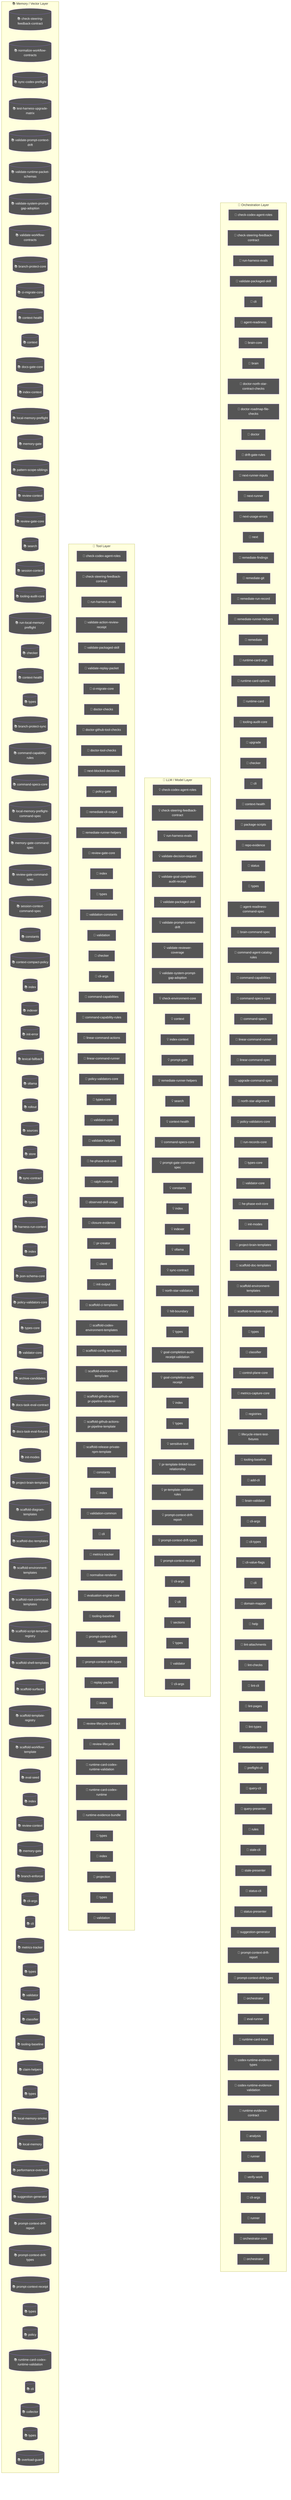
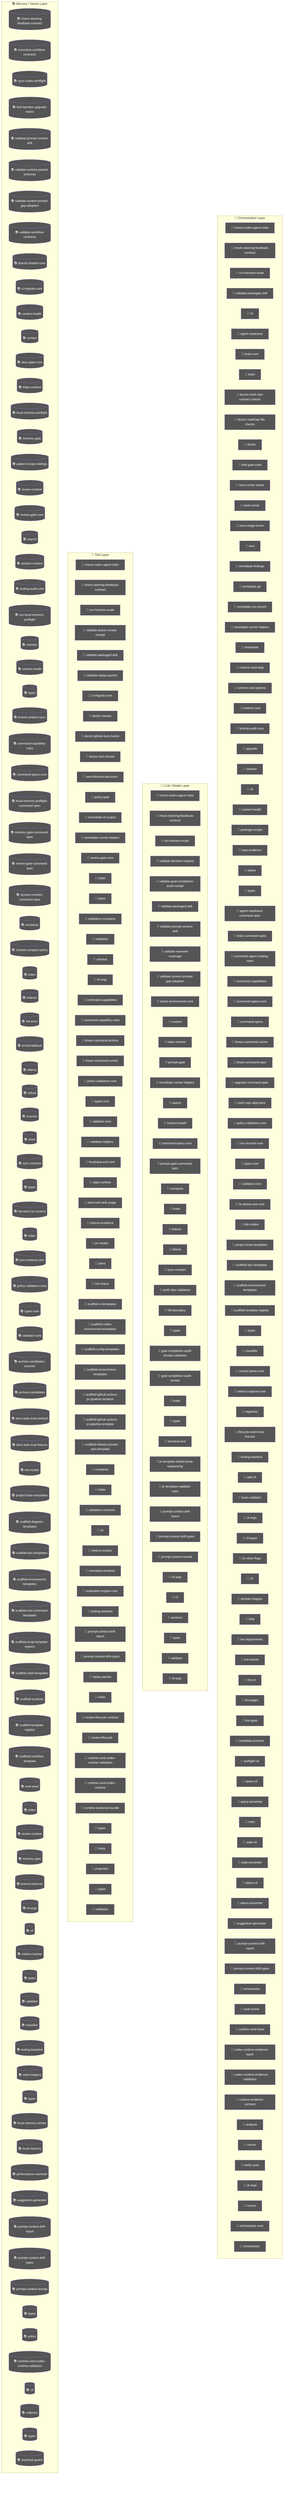
flowchart TD
  subgraph Orchestration["🎯 Orchestration Layer"]
    node_agent_mmd_orchestration_layer_orchestration_chec_7a9f0b64["🤖 check-codex-agent-roles"]
    node_agent_mmd_orchestration_layer_orchestration_chec_7fd47f5c["🤖 check-steering-feedback-contract"]
    node_agent_mmd_orchestration_layer_orchestration_run__18817957["🤖 run-harness-evals"]
    node_agent_mmd_orchestration_layer_orchestration_vali_c01b04be["🤖 validate-packaged-skill"]
    cli_99bb8840["🤖 cli"]
    agent_readiness_c82c68e6["🤖 agent-readiness"]
    brain_core_aa07c380["🤖 brain-core"]
    brain_bbbf7a64["🤖 brain"]
    doctor_north_star_contract_checks_0048124c["🤖 doctor-north-star-contract-checks"]
    doctor_roadmap_file_checks_14447b8e["🤖 doctor-roadmap-file-checks"]
    doctor_72f4be89["🤖 doctor"]
    drift_gate_rules_9685e72d["🤖 drift-gate-rules"]
    next_runner_inputs_754dba64["🤖 next-runner-inputs"]
    next_runner_41643472["🤖 next-runner"]
    next_usage_errors_837a345a["🤖 next-usage-errors"]
    next_c6c1c9a9["🤖 next"]
    remediate_findings_8b09c8c6["🤖 remediate-findings"]
    remediate_git_58c6f6f4["🤖 remediate-git"]
    remediate_run_record_9dfe5dc1["🤖 remediate-run-record"]
    node_agent_mmd_orchestration_layer_orchestration_reme_359fe98f["🤖 remediate-runner-helpers"]
    remediate_06b9c7fc["🤖 remediate"]
    runtime_card_args_2b3d4b28["🤖 runtime-card-args"]
    runtime_card_options_c9156ad5["🤖 runtime-card-options"]
    runtime_card_e06b53e1["🤖 runtime-card"]
    node_agent_mmd_orchestration_layer_orchestration_tool_acfe0c01["🤖 tooling-audit-core"]
    upgrade_7fef9479["🤖 upgrade"]
    node_agent_mmd_orchestration_layer_orchestration_chec_0550c395["🤖 checker"]
    cli_1_084e05fe["🤖 cli"]
    node_agent_mmd_orchestration_layer_orchestration_cont_61b3b9c9["🤖 context-health"]
    package_scripts_3ee6150f["🤖 package-scripts"]
    repo_evidence_38bb1de5["🤖 repo-evidence"]
    status_073c1634["🤖 status"]
    node_agent_mmd_orchestration_layer_orchestration_type_4f906dcc["🤖 types"]
    agent_readiness_command_spec_a30c2c1e["🤖 agent-readiness-command-spec"]
    brain_command_spec_15b122d5["🤖 brain-command-spec"]
    command_agent_catalog_rules_8e06b2af["🤖 command-agent-catalog-rules"]
    node_agent_mmd_orchestration_layer_orchestration_comm_6e41a7f7["🤖 command-capabilities"]
    node_agent_mmd_orchestration_layer_orchestration_comm_1f8cc24c["🤖 command-specs-core"]
    command_specs_69167c63["🤖 command-specs"]
    node_agent_mmd_orchestration_layer_orchestration_line_b67affd5["🤖 linear-command-runner"]
    linear_command_spec_1e12dd44["🤖 linear-command-spec"]
    upgrade_command_spec_03f6c7bd["🤖 upgrade-command-spec"]
    north_star_alignment_00440188["🤖 north-star-alignment"]
    node_agent_mmd_orchestration_layer_orchestration_poli_3270b55d["🤖 policy-validators-core"]
    run_records_core_89286dfa["🤖 run-records-core"]
    node_agent_mmd_orchestration_layer_orchestration_type_7cf81261["🤖 types-core"]
    node_agent_mmd_orchestration_layer_orchestration_vali_d9fe99e6["🤖 validator-core"]
    node_agent_mmd_orchestration_layer_orchestration_he_p_fc778c24["🤖 he-phase-exit-core"]
    node_agent_mmd_orchestration_layer_orchestration_init_2a9c3ecb["🤖 init-modes"]
    node_agent_mmd_orchestration_layer_orchestration_proj_6ab6f60f["🤖 project-brain-templates"]
    node_agent_mmd_orchestration_layer_orchestration_scaf_12cc07db["🤖 scaffold-doc-templates"]
    node_agent_mmd_orchestration_layer_orchestration_scaf_c9a90c2f["🤖 scaffold-environment-templates"]
    node_agent_mmd_orchestration_layer_orchestration_scaf_ff8f92f6["🤖 scaffold-template-registry"]
    types_16_0fae1112["🤖 types"]
    node_agent_mmd_orchestration_layer_orchestration_clas_899b821a["🤖 classifier"]
    control_plane_core_db3b4cb2["🤖 control-plane-core"]
    metrics_capture_core_db4bf7cf["🤖 metrics-capture-core"]
    registries_06402afa["🤖 registries"]
    lifecycle_intent_test_fixtures_a53c7ada["🤖 lifecycle-intent-test-fixtures"]
    node_agent_mmd_orchestration_layer_orchestration_tool_cc43149f["🤖 tooling-baseline"]
    add_cli_7614de25["🤖 add-cli"]
    brain_validator_be251832["🤖 brain-validator"]
    cli_args_8_d546936e["🤖 cli-args"]
    cli_types_1686e858["🤖 cli-types"]
    cli_value_flags_732a8e43["🤖 cli-value-flags"]
    cli_9_b54c1407["🤖 cli"]
    domain_mapper_cd9333d2["🤖 domain-mapper"]
    help_106a5842["🤖 help"]
    lint_attachments_873c0632["🤖 lint-attachments"]
    lint_checks_83522b19["🤖 lint-checks"]
    lint_cli_9ec62ec0["🤖 lint-cli"]
    lint_pages_e33301d0["🤖 lint-pages"]
    lint_types_2862c255["🤖 lint-types"]
    metadata_scanner_6a101b66["🤖 metadata-scanner"]
    preflight_cli_5d148379["🤖 preflight-cli"]
    query_cli_b95be64d["🤖 query-cli"]
    query_presenter_02e6077c["🤖 query-presenter"]
    rules_6c621d1a["🤖 rules"]
    stale_cli_64548720["🤖 stale-cli"]
    stale_presenter_1de4e3a2["🤖 stale-presenter"]
    status_cli_4c24a0d6["🤖 status-cli"]
    status_presenter_8de686c1["🤖 status-presenter"]
    node_agent_mmd_orchestration_layer_orchestration_sugg_85c5ebe3["🤖 suggestion-generator"]
    node_agent_mmd_orchestration_layer_orchestration_prom_d17b4de2["🤖 prompt-context-drift-report"]
    node_agent_mmd_orchestration_layer_orchestration_prom_77088997["🤖 prompt-context-drift-types"]
    orchestrator_11376b7e["🤖 orchestrator"]
    eval_runner_0966a6b3["🤖 eval-runner"]
    runtime_card_trace_64a5ca95["🤖 runtime-card-trace"]
    codex_runtime_evidence_types_f55808dd["🤖 codex-runtime-evidence-types"]
    codex_runtime_evidence_validation_d060a92d["🤖 codex-runtime-evidence-validation"]
    runtime_evidence_contract_0f7b15b2["🤖 runtime-evidence-contract"]
    analysis_f44e85c4["🤖 analysis"]
    runner_527aa9f4["🤖 runner"]
    verify_work_1_cd8e7ec3["🤖 verify-work"]
    cli_args_14_3481043e["🤖 cli-args"]
    runner_1_6f281bf8["🤖 runner"]
    orchestrator_core_d0678b53["🤖 orchestrator-core"]
    orchestrator_1_6b7137c5["🤖 orchestrator"]
  end
  subgraph LLMLayer["🧠 LLM / Model Layer"]
    node_agent_mmd_llm_model_layer_llmlayer_check_codex_a_29e7b7fa["💡 check-codex-agent-roles"]
    node_agent_mmd_llm_model_layer_llmlayer_check_steerin_0e1bf90d["💡 check-steering-feedback-contract"]
    node_agent_mmd_llm_model_layer_llmlayer_run_harness_e_603fcfdc["💡 run-harness-evals"]
    validate_decision_request_2e5c325e["💡 validate-decision-request"]
    validate_goal_completion_audit_receipt_100d252c["💡 validate-goal-completion-audit-receipt"]
    node_agent_mmd_llm_model_layer_llmlayer_validate_pack_2a12e1f4["💡 validate-packaged-skill"]
    node_agent_mmd_llm_model_layer_llmlayer_validate_prom_9880f764["💡 validate-prompt-context-drift"]
    validate_reviewer_coverage_251efee3["💡 validate-reviewer-coverage"]
    node_agent_mmd_llm_model_layer_llmlayer_validate_syst_5636156e["💡 validate-system-prompt-gap-adoption"]
    check_environment_core_2c16213f["💡 check-environment-core"]
    node_agent_mmd_llm_model_layer_llmlayer_context_conte_ad2dfbd9["💡 context"]
    node_agent_mmd_llm_model_layer_llmlayer_index_context_1041bd11["💡 index-context"]
    prompt_gate_c5e9d207["💡 prompt-gate"]
    node_agent_mmd_llm_model_layer_llmlayer_remediate_run_9e3d4585["💡 remediate-runner-helpers"]
    node_agent_mmd_llm_model_layer_llmlayer_search_search_66b9a911["💡 search"]
    node_agent_mmd_llm_model_layer_llmlayer_context_healt_cfc0bfa8["💡 context-health"]
    node_agent_mmd_llm_model_layer_llmlayer_command_specs_782af9fa["💡 command-specs-core"]
    prompt_gate_command_spec_9a941482["💡 prompt-gate-command-spec"]
    node_agent_mmd_llm_model_layer_llmlayer_constants_con_c9bd3f6c["💡 constants"]
    node_agent_mmd_llm_model_layer_llmlayer_index_index_1_02e160ff["💡 index"]
    node_agent_mmd_llm_model_layer_llmlayer_indexer_index_4f4deef5["💡 indexer"]
    node_agent_mmd_llm_model_layer_llmlayer_ollama_ollama_968b23fa["💡 ollama"]
    node_agent_mmd_llm_model_layer_llmlayer_sync_contract_9f3cc8c1["💡 sync-contract"]
    north_star_validators_cfc926ce["💡 north-star-validators"]
    hilt_boundary_9b36fb15["💡 hilt-boundary"]
    types_10_75e5a4a0["💡 types"]
    goal_completion_audit_receipt_validation_9d0f4891["💡 goal-completion-audit-receipt-validation"]
    goal_completion_audit_receipt_5e4939c3["💡 goal-completion-audit-receipt"]
    index_5_522f772a["💡 index"]
    node_agent_mmd_llm_model_layer_llmlayer_constants_con_c9bd3f6c["💡 constants"]
    types_17_ed30531c["💡 types"]
    sensitive_text_7c11f760["💡 sensitive-text"]
    pr_template_linked_issue_relationship_a7b61f2c["💡 pr-template-linked-issue-relationship"]
    pr_template_validator_rules_20a32d6b["💡 pr-template-validator-rules"]
    node_agent_mmd_llm_model_layer_llmlayer_index_index_1_02e160ff["💡 index"]
    node_agent_mmd_llm_model_layer_llmlayer_prompt_contex_81f9066a["💡 prompt-context-drift-report"]
    node_agent_mmd_llm_model_layer_llmlayer_prompt_contex_e5066b88["💡 prompt-context-drift-types"]
    node_agent_mmd_llm_model_layer_llmlayer_index_index_1_02e160ff["💡 index"]
    node_agent_mmd_llm_model_layer_llmlayer_prompt_contex_6426acc2["💡 prompt-context-receipt"]
    cli_args_9_9c136878["💡 cli-args"]
    cli_10_35dc8cbd["💡 cli"]
    sections_4697ef32["💡 sections"]
    types_27_4d134744["💡 types"]
    validator_7_f836eb0e["💡 validator"]
    cli_args_10_861cdd3f["💡 cli-args"]
  end
  subgraph ToolLayer["🔧 Tool Layer"]
    node_agent_mmd_tool_layer_toollayer_check_codex_agent_4b361d5a["🔧 check-codex-agent-roles"]
    node_agent_mmd_tool_layer_toollayer_check_steering_fe_eafecf3a["🔧 check-steering-feedback-contract"]
    node_agent_mmd_tool_layer_toollayer_run_harness_evals_e2ee24f1["🔧 run-harness-evals"]
    validate_action_review_receipt_fa2f06c3["🔧 validate-action-review-receipt"]
    node_agent_mmd_tool_layer_toollayer_validate_packaged_2855c827["🔧 validate-packaged-skill"]
    validate_replay_packet_f309747e["🔧 validate-replay-packet"]
    node_agent_mmd_tool_layer_toollayer_ci_migrate_core_c_049f8460["🔧 ci-migrate-core"]
    doctor_checks_5a2eb2b9["🔧 doctor-checks"]
    doctor_github_tool_checks_a53b0382["🔧 doctor-github-tool-checks"]
    doctor_tool_checks_4acac51a["🔧 doctor-tool-checks"]
    next_blocked_decisions_4140ad2b["🔧 next-blocked-decisions"]
    policy_gate_213f7313["🔧 policy-gate"]
    remediate_cli_output_cc165396["🔧 remediate-cli-output"]
    node_agent_mmd_tool_layer_toollayer_remediate_runner__c003b871["🔧 remediate-runner-helpers"]
    node_agent_mmd_tool_layer_toollayer_review_gate_core__7704598b["🔧 review-gate-core"]
    index_1bc04b52["🔧 index"]
    types_1_4ecdf56e["🔧 types"]
    validation_constants_e002a0f6["🔧 validation-constants"]
    validation_98c41dcd["🔧 validation"]
    node_agent_mmd_tool_layer_toollayer_checker_checker_2_453d593b["🔧 checker"]
    cli_args_1_6144b055["🔧 cli-args"]
    node_agent_mmd_tool_layer_toollayer_command_capabilit_7fe13db1["🔧 command-capabilities"]
    node_agent_mmd_tool_layer_toollayer_command_capabilit_e97a4615["🔧 command-capability-rules"]
    linear_command_actions_e430f4f4["🔧 linear-command-actions"]
    node_agent_mmd_tool_layer_toollayer_linear_command_ru_d6763748["🔧 linear-command-runner"]
    node_agent_mmd_tool_layer_toollayer_policy_validators_af136abf["🔧 policy-validators-core"]
    node_agent_mmd_tool_layer_toollayer_types_core_types__6c8319b6["🔧 types-core"]
    node_agent_mmd_tool_layer_toollayer_validator_core_va_6ef6131f["🔧 validator-core"]
    validator_helpers_7b927667["🔧 validator-helpers"]
    node_agent_mmd_tool_layer_toollayer_he_phase_exit_cor_af016160["🔧 he-phase-exit-core"]
    ralph_runtime_73d63c0e["🔧 ralph-runtime"]
    observed_skill_usage_ed7d5930["🔧 observed-skill-usage"]
    closure_evidence_aaa31467["🔧 closure-evidence"]
    pr_creator_dc6b1ea4["🔧 pr-creator"]
    client_948fe603["🔧 client"]
    init_output_360dce91["🔧 init-output"]
    scaffold_ci_templates_2afd6392["🔧 scaffold-ci-templates"]
    scaffold_codex_environment_templates_334fbbed["🔧 scaffold-codex-environment-templates"]
    scaffold_config_templates_4b80ce53["🔧 scaffold-config-templates"]
    node_agent_mmd_tool_layer_toollayer_scaffold_environm_c1afc013["🔧 scaffold-environment-templates"]
    scaffold_github_actions_pr_pipeline_renderer_1ee18de5["🔧 scaffold-github-actions-pr-pipeline-renderer"]
    scaffold_github_actions_pr_pipeline_template_e2b85f62["🔧 scaffold-github-actions-pr-pipeline-template"]
    scaffold_release_private_npm_template_075499f8["🔧 scaffold-release-private-npm-template"]
    node_agent_mmd_tool_layer_toollayer_constants_constan_9d71b829["🔧 constants"]
    index_9_32dd4d91["🔧 index"]
    validation_common_6161e48b["🔧 validation-common"]
    node_agent_mmd_tool_layer_toollayer_cli_cli_2_1_32d9eeaf["🔧 cli"]
    node_agent_mmd_tool_layer_toollayer_metrics_tracker_m_4c9237d8["🔧 metrics-tracker"]
    normalise_renderer_85f2e563["🔧 normalise-renderer"]
    evaluation_engine_core_e054fe49["🔧 evaluation-engine-core"]
    node_agent_mmd_tool_layer_toollayer_tooling_baseline__61e66e9f["🔧 tooling-baseline"]
    node_agent_mmd_tool_layer_toollayer_prompt_context_dr_a2772f2b["🔧 prompt-context-drift-report"]
    node_agent_mmd_tool_layer_toollayer_prompt_context_dr_bd82da46["🔧 prompt-context-drift-types"]
    replay_packet_a1293f88["🔧 replay-packet"]
    index_14_d982116c["🔧 index"]
    review_lifecycle_contract_e5447221["🔧 review-lifecycle-contract"]
    review_lifecycle_89afa64c["🔧 review-lifecycle"]
    node_agent_mmd_tool_layer_toollayer_runtime_card_code_3636ceac["🔧 runtime-card-codex-runtime-validation"]
    runtime_card_codex_runtime_0655e230["🔧 runtime-card-codex-runtime"]
    runtime_evidence_bundle_d471a232["🔧 runtime-evidence-bundle"]
    types_36_674380ec["🔧 types"]
    index_17_642943a2["🔧 index"]
    projection_1b250ea1["🔧 projection"]
    types_38_e8efcd57["🔧 types"]
    validation_7_c4e6d8b6["🔧 validation"]
  end
  subgraph MemoryLayer["📚 Memory / Vector Layer"]
    node_agent_mmd_memory_vector_layer_memorylayer_check__64c86928[("📚 check-steering-feedback-contract")]
    normalize_workflow_contracts_8701f1c8[("📚 normalize-workflow-contracts")]
    sync_codex_preflight_7e7a8dc2[("📚 sync-codex-preflight")]
    test_harness_upgrade_matrix_84113c4e[("📚 test-harness-upgrade-matrix")]
    node_agent_mmd_memory_vector_layer_memorylayer_valida_c52c4db8[("📚 validate-prompt-context-drift")]
    validate_runtime_packet_schemas_bc3ba8ec[("📚 validate-runtime-packet-schemas")]
    node_agent_mmd_memory_vector_layer_memorylayer_valida_db599a97[("📚 validate-system-prompt-gap-adoption")]
    validate_workflow_contracts_33dc063c[("📚 validate-workflow-contracts")]
    branch_protect_core_a8feb0fd[("📚 branch-protect-core")]
    node_agent_mmd_memory_vector_layer_memorylayer_ci_mig_0cd5b1a4[("📚 ci-migrate-core")]
    context_health_80bb7da9[("📚 context-health")]
    node_agent_mmd_memory_vector_layer_memorylayer_contex_78ceaaa9[("📚 context")]
    docs_gate_core_eb9b6c18[("📚 docs-gate-core")]
    node_agent_mmd_memory_vector_layer_memorylayer_index__6f3402d0[("📚 index-context")]
    local_memory_preflight_dcc36c42[("📚 local-memory-preflight")]
    memory_gate_a577a506[("📚 memory-gate")]
    pattern_scope_siblings_43abe000[("📚 pattern-scope-siblings")]
    review_context_ca6cf81d[("📚 review-context")]
    node_agent_mmd_memory_vector_layer_memorylayer_review_5bee9816[("📚 review-gate-core")]
    node_agent_mmd_memory_vector_layer_memorylayer_search_ac35cb7e[("📚 search")]
    session_context_e5ec72c0[("📚 session-context")]
    node_agent_mmd_memory_vector_layer_memorylayer_toolin_a1185b8f[("📚 tooling-audit-core")]
    run_local_memory_preflight_36e92808[("📚 run-local-memory-preflight")]
    node_agent_mmd_memory_vector_layer_memorylayer_checke_a583eb4f[("📚 checker")]
    node_agent_mmd_memory_vector_layer_memorylayer_contex_3204aa0e[("📚 context-health")]
    node_agent_mmd_memory_vector_layer_memorylayer_types__9ad640a0[("📚 types")]
    branch_protect_sync_570adb18[("📚 branch-protect-sync")]
    node_agent_mmd_memory_vector_layer_memorylayer_comman_c72a5d05[("📚 command-capability-rules")]
    node_agent_mmd_memory_vector_layer_memorylayer_comman_111eb454[("📚 command-specs-core")]
    local_memory_preflight_command_spec_9e23f3ce[("📚 local-memory-preflight-command-spec")]
    memory_gate_command_spec_dc9001a9[("📚 memory-gate-command-spec")]
    review_gate_command_spec_3187376a[("📚 review-gate-command-spec")]
    session_context_command_spec_973afbb1[("📚 session-context-command-spec")]
    node_agent_mmd_memory_vector_layer_memorylayer_consta_702d3f46[("📚 constants")]
    context_compact_policy_3dcaf95d[("📚 context-compact-policy")]
    node_agent_mmd_memory_vector_layer_memorylayer_index__752bc61e[("📚 index")]
    node_agent_mmd_memory_vector_layer_memorylayer_indexe_93e6d86f[("📚 indexer")]
    init_error_5c7dd49f[("📚 init-error")]
    lexical_fallback_723e2b3e[("📚 lexical-fallback")]
    node_agent_mmd_memory_vector_layer_memorylayer_ollama_6d51be16[("📚 ollama")]
    rollout_a4fa034c[("📚 rollout")]
    sources_878a52fc[("📚 sources")]
    store_824d80d7[("📚 store")]
    node_agent_mmd_memory_vector_layer_memorylayer_sync_c_e43418bc[("📚 sync-contract")]
    types_8_f6283648[("📚 types")]
    harness_run_context_ac7c77a9[("📚 harness-run-context")]
    index_4_013aa0e3[("📚 index")]
    json_schema_core_96d7e328[("📚 json-schema-core")]
    node_agent_mmd_memory_vector_layer_memorylayer_policy_1944de42[("📚 policy-validators-core")]
    node_agent_mmd_memory_vector_layer_memorylayer_types__83f369fa[("📚 types-core")]
    node_agent_mmd_memory_vector_layer_memorylayer_valida_41034356[("📚 validator-core")]
+     archive_candidates_scanner_d0931789[("📚 archive-candidates-scanner")]
    archive_candidates_dc0e40e1[("📚 archive-candidates")]
    docs_task_eval_contract_79347457[("📚 docs-task-eval-contract")]
    docs_task_eval_fixtures_44902755[("📚 docs-task-eval-fixtures")]
    node_agent_mmd_memory_vector_layer_memorylayer_init_m_333d02c5[("📚 init-modes")]
    node_agent_mmd_memory_vector_layer_memorylayer_projec_3ae304d9[("📚 project-brain-templates")]
    scaffold_diagram_templates_dd88e83c[("📚 scaffold-diagram-templates")]
    node_agent_mmd_memory_vector_layer_memorylayer_scaffo_5fd73b94[("📚 scaffold-doc-templates")]
    node_agent_mmd_memory_vector_layer_memorylayer_scaffo_12b42341[("📚 scaffold-environment-templates")]
    scaffold_root_command_templates_404fed7f[("📚 scaffold-root-command-templates")]
    scaffold_script_template_registry_69312d4e[("📚 scaffold-script-template-registry")]
    scaffold_shell_templates_0ad0f915[("📚 scaffold-shell-templates")]
    scaffold_surfaces_12d6494e[("📚 scaffold-surfaces")]
    node_agent_mmd_memory_vector_layer_memorylayer_scaffo_a86eece1[("📚 scaffold-template-registry")]
    scaffold_workflow_template_92310587[("📚 scaffold-workflow-template")]
    eval_seed_5699fd3e[("📚 eval-seed")]
    index_10_f6785a46[("📚 index")]
    review_context_1_e3afed15[("📚 review-context")]
    memory_gate_1_265164ac[("📚 memory-gate")]
    branch_enforcer_acb749cd[("📚 branch-enforcer")]
    cli_args_5_09ea29f0[("📚 cli-args")]
    node_agent_mmd_memory_vector_layer_memorylayer_cli_cl_1f1f89ab[("📚 cli")]
    node_agent_mmd_memory_vector_layer_memorylayer_metric_12562178[("📚 metrics-tracker")]
    types_19_eb4ad5f0[("📚 types")]
    validator_5_b19ac2be[("📚 validator")]
    node_agent_mmd_memory_vector_layer_memorylayer_classi_1ebbf5ff[("📚 classifier")]
    node_agent_mmd_memory_vector_layer_memorylayer_toolin_14f86b00[("📚 tooling-baseline")]
    claim_helpers_20dc8387[("📚 claim-helpers")]
    types_24_c63dc1a7[("📚 types")]
    local_memory_smoke_1175abfc[("📚 local-memory-smoke")]
    local_memory_0db17ecc[("📚 local-memory")]
    performance_overload_c685bfcf[("📚 performance-overload")]
    node_agent_mmd_memory_vector_layer_memorylayer_sugges_267f408d[("📚 suggestion-generator")]
    node_agent_mmd_memory_vector_layer_memorylayer_index__752bc61e[("📚 index")]
    node_agent_mmd_memory_vector_layer_memorylayer_prompt_ae34fc43[("📚 prompt-context-drift-report")]
    node_agent_mmd_memory_vector_layer_memorylayer_prompt_efd77624[("📚 prompt-context-drift-types")]
    node_agent_mmd_memory_vector_layer_memorylayer_index__752bc61e[("📚 index")]
    node_agent_mmd_memory_vector_layer_memorylayer_prompt_55c0d605[("📚 prompt-context-receipt")]
    types_31_eb363e20[("📚 types")]
    policy_1_fc4198db[("📚 policy")]
    node_agent_mmd_memory_vector_layer_memorylayer_runtim_a5d23e7f[("📚 runtime-card-codex-runtime-validation")]
    cli_11_338a8415[("📚 cli")]
    collector_0736fd5b[("📚 collector")]
    types_34_85e6a0bb[("📚 types")]
    overload_guard_2748c559[("📚 overload-guard")]
  end
  classDef agentNode fill:#555,color:#fff
  class node_agent_mmd_orchestration_layer_orchestration_chec_7a9f0b64,node_agent_mmd_llm_model_layer_llmlayer_check_codex_a_29e7b7fa,node_agent_mmd_tool_layer_toollayer_check_codex_agent_4b361d5a,node_agent_mmd_orchestration_layer_orchestration_chec_7fd47f5c,node_agent_mmd_llm_model_layer_llmlayer_check_steerin_0e1bf90d,node_agent_mmd_tool_layer_toollayer_check_steering_fe_eafecf3a,node_agent_mmd_memory_vector_layer_memorylayer_check__64c86928,node_agent_mmd_orchestration_layer_orchestration_run__18817957,node_agent_mmd_llm_model_layer_llmlayer_run_harness_e_603fcfdc,node_agent_mmd_tool_layer_toollayer_run_harness_evals_e2ee24f1,node_agent_mmd_orchestration_layer_orchestration_vali_c01b04be,node_agent_mmd_llm_model_layer_llmlayer_validate_pack_2a12e1f4,node_agent_mmd_tool_layer_toollayer_validate_packaged_2855c827,cli_99bb8840,agent_readiness_c82c68e6,brain_core_aa07c380,brain_bbbf7a64,doctor_north_star_contract_checks_0048124c,doctor_roadmap_file_checks_14447b8e,doctor_72f4be89,drift_gate_rules_9685e72d,next_runner_inputs_754dba64,next_runner_41643472,next_usage_errors_837a345a,next_c6c1c9a9,remediate_findings_8b09c8c6,remediate_git_58c6f6f4,remediate_run_record_9dfe5dc1,node_agent_mmd_orchestration_layer_orchestration_reme_359fe98f,node_agent_mmd_llm_model_layer_llmlayer_remediate_run_9e3d4585,node_agent_mmd_tool_layer_toollayer_remediate_runner__c003b871,remediate_06b9c7fc,runtime_card_args_2b3d4b28,runtime_card_options_c9156ad5,runtime_card_e06b53e1,node_agent_mmd_orchestration_layer_orchestration_tool_acfe0c01,node_agent_mmd_memory_vector_layer_memorylayer_toolin_a1185b8f,upgrade_7fef9479,node_agent_mmd_orchestration_layer_orchestration_chec_0550c395,node_agent_mmd_tool_layer_toollayer_checker_checker_2_453d593b,node_agent_mmd_memory_vector_layer_memorylayer_checke_a583eb4f,cli_1_084e05fe,node_agent_mmd_orchestration_layer_orchestration_cont_61b3b9c9,node_agent_mmd_llm_model_layer_llmlayer_context_healt_cfc0bfa8,node_agent_mmd_memory_vector_layer_memorylayer_contex_3204aa0e,package_scripts_3ee6150f,repo_evidence_38bb1de5,status_073c1634,node_agent_mmd_orchestration_layer_orchestration_type_4f906dcc,node_agent_mmd_memory_vector_layer_memorylayer_types__9ad640a0,agent_readiness_command_spec_a30c2c1e,brain_command_spec_15b122d5,command_agent_catalog_rules_8e06b2af,node_agent_mmd_orchestration_layer_orchestration_comm_6e41a7f7,node_agent_mmd_tool_layer_toollayer_command_capabilit_7fe13db1,node_agent_mmd_orchestration_layer_orchestration_comm_1f8cc24c,node_agent_mmd_llm_model_layer_llmlayer_command_specs_782af9fa,node_agent_mmd_memory_vector_layer_memorylayer_comman_111eb454,command_specs_69167c63,node_agent_mmd_orchestration_layer_orchestration_line_b67affd5,node_agent_mmd_tool_layer_toollayer_linear_command_ru_d6763748,linear_command_spec_1e12dd44,upgrade_command_spec_03f6c7bd,north_star_alignment_00440188,node_agent_mmd_orchestration_layer_orchestration_poli_3270b55d,node_agent_mmd_tool_layer_toollayer_policy_validators_af136abf,node_agent_mmd_memory_vector_layer_memorylayer_policy_1944de42,run_records_core_89286dfa,node_agent_mmd_orchestration_layer_orchestration_type_7cf81261,node_agent_mmd_tool_layer_toollayer_types_core_types__6c8319b6,node_agent_mmd_memory_vector_layer_memorylayer_types__83f369fa,node_agent_mmd_orchestration_layer_orchestration_vali_d9fe99e6,node_agent_mmd_tool_layer_toollayer_validator_core_va_6ef6131f,node_agent_mmd_memory_vector_layer_memorylayer_valida_41034356,node_agent_mmd_orchestration_layer_orchestration_he_p_fc778c24,node_agent_mmd_tool_layer_toollayer_he_phase_exit_cor_af016160,node_agent_mmd_orchestration_layer_orchestration_init_2a9c3ecb,node_agent_mmd_memory_vector_layer_memorylayer_init_m_333d02c5,node_agent_mmd_orchestration_layer_orchestration_proj_6ab6f60f,node_agent_mmd_memory_vector_layer_memorylayer_projec_3ae304d9,node_agent_mmd_orchestration_layer_orchestration_scaf_12cc07db,node_agent_mmd_memory_vector_layer_memorylayer_scaffo_5fd73b94,node_agent_mmd_orchestration_layer_orchestration_scaf_c9a90c2f,node_agent_mmd_tool_layer_toollayer_scaffold_environm_c1afc013,node_agent_mmd_memory_vector_layer_memorylayer_scaffo_12b42341,node_agent_mmd_orchestration_layer_orchestration_scaf_ff8f92f6,node_agent_mmd_memory_vector_layer_memorylayer_scaffo_a86eece1,types_16_0fae1112,node_agent_mmd_orchestration_layer_orchestration_clas_899b821a,node_agent_mmd_memory_vector_layer_memorylayer_classi_1ebbf5ff,control_plane_core_db3b4cb2,metrics_capture_core_db4bf7cf,registries_06402afa,lifecycle_intent_test_fixtures_a53c7ada,node_agent_mmd_orchestration_layer_orchestration_tool_cc43149f,node_agent_mmd_tool_layer_toollayer_tooling_baseline__61e66e9f,node_agent_mmd_memory_vector_layer_memorylayer_toolin_14f86b00,add_cli_7614de25,brain_validator_be251832,cli_args_8_d546936e,cli_types_1686e858,cli_value_flags_732a8e43,cli_9_b54c1407,domain_mapper_cd9333d2,help_106a5842,lint_attachments_873c0632,lint_checks_83522b19,lint_cli_9ec62ec0,lint_pages_e33301d0,lint_types_2862c255,metadata_scanner_6a101b66,preflight_cli_5d148379,query_cli_b95be64d,query_presenter_02e6077c,rules_6c621d1a,stale_cli_64548720,stale_presenter_1de4e3a2,status_cli_4c24a0d6,status_presenter_8de686c1,node_agent_mmd_orchestration_layer_orchestration_sugg_85c5ebe3,node_agent_mmd_memory_vector_layer_memorylayer_sugges_267f408d,node_agent_mmd_orchestration_layer_orchestration_prom_d17b4de2,node_agent_mmd_llm_model_layer_llmlayer_prompt_contex_81f9066a,node_agent_mmd_tool_layer_toollayer_prompt_context_dr_a2772f2b,node_agent_mmd_memory_vector_layer_memorylayer_prompt_ae34fc43,node_agent_mmd_orchestration_layer_orchestration_prom_77088997,node_agent_mmd_llm_model_layer_llmlayer_prompt_contex_e5066b88,node_agent_mmd_tool_layer_toollayer_prompt_context_dr_bd82da46,node_agent_mmd_memory_vector_layer_memorylayer_prompt_efd77624,orchestrator_11376b7e,eval_runner_0966a6b3,runtime_card_trace_64a5ca95,codex_runtime_evidence_types_f55808dd,codex_runtime_evidence_validation_d060a92d,runtime_evidence_contract_0f7b15b2,analysis_f44e85c4,runner_527aa9f4,verify_work_1_cd8e7ec3,cli_args_14_3481043e,runner_1_6f281bf8,orchestrator_core_d0678b53,orchestrator_1_6b7137c5 agentNode
  classDef llmNode fill:#555,color:#fff
  class node_agent_mmd_orchestration_layer_orchestration_chec_7a9f0b64,node_agent_mmd_llm_model_layer_llmlayer_check_codex_a_29e7b7fa,node_agent_mmd_tool_layer_toollayer_check_codex_agent_4b361d5a,node_agent_mmd_orchestration_layer_orchestration_chec_7fd47f5c,node_agent_mmd_llm_model_layer_llmlayer_check_steerin_0e1bf90d,node_agent_mmd_tool_layer_toollayer_check_steering_fe_eafecf3a,node_agent_mmd_memory_vector_layer_memorylayer_check__64c86928,node_agent_mmd_orchestration_layer_orchestration_run__18817957,node_agent_mmd_llm_model_layer_llmlayer_run_harness_e_603fcfdc,node_agent_mmd_tool_layer_toollayer_run_harness_evals_e2ee24f1,validate_decision_request_2e5c325e,validate_goal_completion_audit_receipt_100d252c,node_agent_mmd_orchestration_layer_orchestration_vali_c01b04be,node_agent_mmd_llm_model_layer_llmlayer_validate_pack_2a12e1f4,node_agent_mmd_tool_layer_toollayer_validate_packaged_2855c827,node_agent_mmd_llm_model_layer_llmlayer_validate_prom_9880f764,node_agent_mmd_memory_vector_layer_memorylayer_valida_c52c4db8,validate_reviewer_coverage_251efee3,node_agent_mmd_llm_model_layer_llmlayer_validate_syst_5636156e,node_agent_mmd_memory_vector_layer_memorylayer_valida_db599a97,check_environment_core_2c16213f,node_agent_mmd_llm_model_layer_llmlayer_context_conte_ad2dfbd9,node_agent_mmd_memory_vector_layer_memorylayer_contex_78ceaaa9,node_agent_mmd_llm_model_layer_llmlayer_index_context_1041bd11,node_agent_mmd_memory_vector_layer_memorylayer_index__6f3402d0,prompt_gate_c5e9d207,node_agent_mmd_orchestration_layer_orchestration_reme_359fe98f,node_agent_mmd_llm_model_layer_llmlayer_remediate_run_9e3d4585,node_agent_mmd_tool_layer_toollayer_remediate_runner__c003b871,node_agent_mmd_llm_model_layer_llmlayer_search_search_66b9a911,node_agent_mmd_memory_vector_layer_memorylayer_search_ac35cb7e,node_agent_mmd_orchestration_layer_orchestration_cont_61b3b9c9,node_agent_mmd_llm_model_layer_llmlayer_context_healt_cfc0bfa8,node_agent_mmd_memory_vector_layer_memorylayer_contex_3204aa0e,node_agent_mmd_orchestration_layer_orchestration_comm_1f8cc24c,node_agent_mmd_llm_model_layer_llmlayer_command_specs_782af9fa,node_agent_mmd_memory_vector_layer_memorylayer_comman_111eb454,prompt_gate_command_spec_9a941482,node_agent_mmd_llm_model_layer_llmlayer_constants_con_c9bd3f6c,node_agent_mmd_memory_vector_layer_memorylayer_consta_702d3f46,node_agent_mmd_llm_model_layer_llmlayer_index_index_1_02e160ff,node_agent_mmd_memory_vector_layer_memorylayer_index__752bc61e,node_agent_mmd_llm_model_layer_llmlayer_indexer_index_4f4deef5,node_agent_mmd_memory_vector_layer_memorylayer_indexe_93e6d86f,node_agent_mmd_llm_model_layer_llmlayer_ollama_ollama_968b23fa,node_agent_mmd_memory_vector_layer_memorylayer_ollama_6d51be16,node_agent_mmd_llm_model_layer_llmlayer_sync_contract_9f3cc8c1,node_agent_mmd_memory_vector_layer_memorylayer_sync_c_e43418bc,north_star_validators_cfc926ce,hilt_boundary_9b36fb15,types_10_75e5a4a0,goal_completion_audit_receipt_validation_9d0f4891,goal_completion_audit_receipt_5e4939c3,index_5_522f772a,node_agent_mmd_tool_layer_toollayer_constants_constan_9d71b829,types_17_ed30531c,sensitive_text_7c11f760,pr_template_linked_issue_relationship_a7b61f2c,pr_template_validator_rules_20a32d6b,node_agent_mmd_orchestration_layer_orchestration_prom_d17b4de2,node_agent_mmd_llm_model_layer_llmlayer_prompt_contex_81f9066a,node_agent_mmd_tool_layer_toollayer_prompt_context_dr_a2772f2b,node_agent_mmd_memory_vector_layer_memorylayer_prompt_ae34fc43,node_agent_mmd_orchestration_layer_orchestration_prom_77088997,node_agent_mmd_llm_model_layer_llmlayer_prompt_contex_e5066b88,node_agent_mmd_tool_layer_toollayer_prompt_context_dr_bd82da46,node_agent_mmd_memory_vector_layer_memorylayer_prompt_efd77624,node_agent_mmd_llm_model_layer_llmlayer_prompt_contex_6426acc2,node_agent_mmd_memory_vector_layer_memorylayer_prompt_55c0d605,cli_args_9_9c136878,cli_10_35dc8cbd,sections_4697ef32,types_27_4d134744,validator_7_f836eb0e,cli_args_10_861cdd3f llmNode
  classDef toolNode fill:#555,color:#fff
  class node_agent_mmd_orchestration_layer_orchestration_chec_7a9f0b64,node_agent_mmd_llm_model_layer_llmlayer_check_codex_a_29e7b7fa,node_agent_mmd_tool_layer_toollayer_check_codex_agent_4b361d5a,node_agent_mmd_orchestration_layer_orchestration_chec_7fd47f5c,node_agent_mmd_llm_model_layer_llmlayer_check_steerin_0e1bf90d,node_agent_mmd_tool_layer_toollayer_check_steering_fe_eafecf3a,node_agent_mmd_memory_vector_layer_memorylayer_check__64c86928,node_agent_mmd_orchestration_layer_orchestration_run__18817957,node_agent_mmd_llm_model_layer_llmlayer_run_harness_e_603fcfdc,node_agent_mmd_tool_layer_toollayer_run_harness_evals_e2ee24f1,validate_action_review_receipt_fa2f06c3,node_agent_mmd_orchestration_layer_orchestration_vali_c01b04be,node_agent_mmd_llm_model_layer_llmlayer_validate_pack_2a12e1f4,node_agent_mmd_tool_layer_toollayer_validate_packaged_2855c827,validate_replay_packet_f309747e,node_agent_mmd_tool_layer_toollayer_ci_migrate_core_c_049f8460,node_agent_mmd_memory_vector_layer_memorylayer_ci_mig_0cd5b1a4,doctor_checks_5a2eb2b9,doctor_github_tool_checks_a53b0382,doctor_tool_checks_4acac51a,next_blocked_decisions_4140ad2b,policy_gate_213f7313,remediate_cli_output_cc165396,node_agent_mmd_orchestration_layer_orchestration_reme_359fe98f,node_agent_mmd_llm_model_layer_llmlayer_remediate_run_9e3d4585,node_agent_mmd_tool_layer_toollayer_remediate_runner__c003b871,node_agent_mmd_tool_layer_toollayer_review_gate_core__7704598b,node_agent_mmd_memory_vector_layer_memorylayer_review_5bee9816,index_1bc04b52,types_1_4ecdf56e,validation_constants_e002a0f6,validation_98c41dcd,node_agent_mmd_orchestration_layer_orchestration_chec_0550c395,node_agent_mmd_tool_layer_toollayer_checker_checker_2_453d593b,node_agent_mmd_memory_vector_layer_memorylayer_checke_a583eb4f,cli_args_1_6144b055,node_agent_mmd_orchestration_layer_orchestration_comm_6e41a7f7,node_agent_mmd_tool_layer_toollayer_command_capabilit_7fe13db1,node_agent_mmd_tool_layer_toollayer_command_capabilit_e97a4615,node_agent_mmd_memory_vector_layer_memorylayer_comman_c72a5d05,linear_command_actions_e430f4f4,node_agent_mmd_orchestration_layer_orchestration_line_b67affd5,node_agent_mmd_tool_layer_toollayer_linear_command_ru_d6763748,node_agent_mmd_orchestration_layer_orchestration_poli_3270b55d,node_agent_mmd_tool_layer_toollayer_policy_validators_af136abf,node_agent_mmd_memory_vector_layer_memorylayer_policy_1944de42,node_agent_mmd_orchestration_layer_orchestration_type_7cf81261,node_agent_mmd_tool_layer_toollayer_types_core_types__6c8319b6,node_agent_mmd_memory_vector_layer_memorylayer_types__83f369fa,node_agent_mmd_orchestration_layer_orchestration_vali_d9fe99e6,node_agent_mmd_tool_layer_toollayer_validator_core_va_6ef6131f,node_agent_mmd_memory_vector_layer_memorylayer_valida_41034356,validator_helpers_7b927667,node_agent_mmd_orchestration_layer_orchestration_he_p_fc778c24,node_agent_mmd_tool_layer_toollayer_he_phase_exit_cor_af016160,ralph_runtime_73d63c0e,observed_skill_usage_ed7d5930,closure_evidence_aaa31467,pr_creator_dc6b1ea4,client_948fe603,init_output_360dce91,scaffold_ci_templates_2afd6392,scaffold_codex_environment_templates_334fbbed,scaffold_config_templates_4b80ce53,node_agent_mmd_orchestration_layer_orchestration_scaf_c9a90c2f,node_agent_mmd_tool_layer_toollayer_scaffold_environm_c1afc013,node_agent_mmd_memory_vector_layer_memorylayer_scaffo_12b42341,scaffold_github_actions_pr_pipeline_renderer_1ee18de5,scaffold_github_actions_pr_pipeline_template_e2b85f62,scaffold_release_private_npm_template_075499f8,node_agent_mmd_llm_model_layer_llmlayer_constants_con_c9bd3f6c,node_agent_mmd_tool_layer_toollayer_constants_constan_9d71b829,index_9_32dd4d91,validation_common_6161e48b,node_agent_mmd_tool_layer_toollayer_cli_cli_2_1_32d9eeaf,node_agent_mmd_memory_vector_layer_memorylayer_cli_cl_1f1f89ab,node_agent_mmd_tool_layer_toollayer_metrics_tracker_m_4c9237d8,node_agent_mmd_memory_vector_layer_memorylayer_metric_12562178,normalise_renderer_85f2e563,evaluation_engine_core_e054fe49,node_agent_mmd_orchestration_layer_orchestration_tool_cc43149f,node_agent_mmd_tool_layer_toollayer_tooling_baseline__61e66e9f,node_agent_mmd_memory_vector_layer_memorylayer_toolin_14f86b00,node_agent_mmd_orchestration_layer_orchestration_prom_d17b4de2,node_agent_mmd_llm_model_layer_llmlayer_prompt_contex_81f9066a,node_agent_mmd_tool_layer_toollayer_prompt_context_dr_a2772f2b,node_agent_mmd_memory_vector_layer_memorylayer_prompt_ae34fc43,node_agent_mmd_orchestration_layer_orchestration_prom_77088997,node_agent_mmd_llm_model_layer_llmlayer_prompt_contex_e5066b88,node_agent_mmd_tool_layer_toollayer_prompt_context_dr_bd82da46,node_agent_mmd_memory_vector_layer_memorylayer_prompt_efd77624,replay_packet_a1293f88,index_14_d982116c,review_lifecycle_contract_e5447221,review_lifecycle_89afa64c,node_agent_mmd_tool_layer_toollayer_runtime_card_code_3636ceac,node_agent_mmd_memory_vector_layer_memorylayer_runtim_a5d23e7f,runtime_card_codex_runtime_0655e230,runtime_evidence_bundle_d471a232,types_36_674380ec,index_17_642943a2,projection_1b250ea1,types_38_e8efcd57,validation_7_c4e6d8b6 toolNode
  classDef memNode fill:#555,color:#fff
-   class node_agent_mmd_orchestration_layer_orchestration_chec_7fd47f5c,node_agent_mmd_llm_model_layer_llmlayer_check_steerin_0e1bf90d,node_agent_mmd_tool_layer_toollayer_check_steering_fe_eafecf3a,node_agent_mmd_memory_vector_layer_memorylayer_check__64c86928,normalize_workflow_contracts_8701f1c8,sync_codex_preflight_7e7a8dc2,test_harness_upgrade_matrix_84113c4e,node_agent_mmd_llm_model_layer_llmlayer_validate_prom_9880f764,node_agent_mmd_memory_vector_layer_memorylayer_valida_c52c4db8,validate_runtime_packet_schemas_bc3ba8ec,node_agent_mmd_llm_model_layer_llmlayer_validate_syst_5636156e,node_agent_mmd_memory_vector_layer_memorylayer_valida_db599a97,validate_workflow_contracts_33dc063c,branch_protect_core_a8feb0fd,node_agent_mmd_tool_layer_toollayer_ci_migrate_core_c_049f8460,node_agent_mmd_memory_vector_layer_memorylayer_ci_mig_0cd5b1a4,context_health_80bb7da9,node_agent_mmd_llm_model_layer_llmlayer_context_conte_ad2dfbd9,node_agent_mmd_memory_vector_layer_memorylayer_contex_78ceaaa9,docs_gate_core_eb9b6c18,node_agent_mmd_llm_model_layer_llmlayer_index_context_1041bd11,node_agent_mmd_memory_vector_layer_memorylayer_index__6f3402d0,local_memory_preflight_dcc36c42,memory_gate_a577a506,pattern_scope_siblings_43abe000,review_context_ca6cf81d,node_agent_mmd_tool_layer_toollayer_review_gate_core__7704598b,node_agent_mmd_memory_vector_layer_memorylayer_review_5bee9816,node_agent_mmd_llm_model_layer_llmlayer_search_search_66b9a911,node_agent_mmd_memory_vector_layer_memorylayer_search_ac35cb7e,session_context_e5ec72c0,node_agent_mmd_orchestration_layer_orchestration_tool_acfe0c01,node_agent_mmd_memory_vector_layer_memorylayer_toolin_a1185b8f,run_local_memory_preflight_36e92808,node_agent_mmd_orchestration_layer_orchestration_chec_0550c395,node_agent_mmd_tool_layer_toollayer_checker_checker_2_453d593b,node_agent_mmd_memory_vector_layer_memorylayer_checke_a583eb4f,node_agent_mmd_orchestration_layer_orchestration_cont_61b3b9c9,node_agent_mmd_llm_model_layer_llmlayer_context_healt_cfc0bfa8,node_agent_mmd_memory_vector_layer_memorylayer_contex_3204aa0e,node_agent_mmd_orchestration_layer_orchestration_type_4f906dcc,node_agent_mmd_memory_vector_layer_memorylayer_types__9ad640a0,branch_protect_sync_570adb18,node_agent_mmd_tool_layer_toollayer_command_capabilit_e97a4615,node_agent_mmd_memory_vector_layer_memorylayer_comman_c72a5d05,node_agent_mmd_orchestration_layer_orchestration_comm_1f8cc24c,node_agent_mmd_llm_model_layer_llmlayer_command_specs_782af9fa,node_agent_mmd_memory_vector_layer_memorylayer_comman_111eb454,local_memory_preflight_command_spec_9e23f3ce,memory_gate_command_spec_dc9001a9,review_gate_command_spec_3187376a,session_context_command_spec_973afbb1,node_agent_mmd_llm_model_layer_llmlayer_constants_con_c9bd3f6c,node_agent_mmd_memory_vector_layer_memorylayer_consta_702d3f46,context_compact_policy_3dcaf95d,node_agent_mmd_llm_model_layer_llmlayer_index_index_1_02e160ff,node_agent_mmd_memory_vector_layer_memorylayer_index__752bc61e,node_agent_mmd_llm_model_layer_llmlayer_indexer_index_4f4deef5,node_agent_mmd_memory_vector_layer_memorylayer_indexe_93e6d86f,init_error_5c7dd49f,lexical_fallback_723e2b3e,node_agent_mmd_llm_model_layer_llmlayer_ollama_ollama_968b23fa,node_agent_mmd_memory_vector_layer_memorylayer_ollama_6d51be16,rollout_a4fa034c,sources_878a52fc,store_824d80d7,node_agent_mmd_llm_model_layer_llmlayer_sync_contract_9f3cc8c1,node_agent_mmd_memory_vector_layer_memorylayer_sync_c_e43418bc,types_8_f6283648,harness_run_context_ac7c77a9,index_4_013aa0e3,json_schema_core_96d7e328,node_agent_mmd_orchestration_layer_orchestration_poli_3270b55d,node_agent_mmd_tool_layer_toollayer_policy_validators_af136abf,node_agent_mmd_memory_vector_layer_memorylayer_policy_1944de42,node_agent_mmd_orchestration_layer_orchestration_type_7cf81261,node_agent_mmd_tool_layer_toollayer_types_core_types__6c8319b6,node_agent_mmd_memory_vector_layer_memorylayer_types__83f369fa,node_agent_mmd_orchestration_layer_orchestration_vali_d9fe99e6,node_agent_mmd_tool_layer_toollayer_validator_core_va_6ef6131f,node_agent_mmd_memory_vector_layer_memorylayer_valida_41034356,archive_candidates_dc0e40e1,docs_task_eval_contract_79347457,docs_task_eval_fixtures_44902755,node_agent_mmd_orchestration_layer_orchestration_init_2a9c3ecb,node_agent_mmd_memory_vector_layer_memorylayer_init_m_333d02c5,node_agent_mmd_orchestration_layer_orchestration_proj_6ab6f60f,node_agent_mmd_memory_vector_layer_memorylayer_projec_3ae304d9,scaffold_diagram_templates_dd88e83c,node_agent_mmd_orchestration_layer_orchestration_scaf_12cc07db,node_agent_mmd_memory_vector_layer_memorylayer_scaffo_5fd73b94,node_agent_mmd_orchestration_layer_orchestration_scaf_c9a90c2f,node_agent_mmd_tool_layer_toollayer_scaffold_environm_c1afc013,node_agent_mmd_memory_vector_layer_memorylayer_scaffo_12b42341,scaffold_root_command_templates_404fed7f,scaffold_script_template_registry_69312d4e,scaffold_shell_templates_0ad0f915,scaffold_surfaces_12d6494e,node_agent_mmd_orchestration_layer_orchestration_scaf_ff8f92f6,node_agent_mmd_memory_vector_layer_memorylayer_scaffo_a86eece1,scaffold_workflow_template_92310587,eval_seed_5699fd3e,index_10_f6785a46,review_context_1_e3afed15,memory_gate_1_265164ac,branch_enforcer_acb749cd,cli_args_5_09ea29f0,node_agent_mmd_tool_layer_toollayer_cli_cli_2_1_32d9eeaf,node_agent_mmd_memory_vector_layer_memorylayer_cli_cl_1f1f89ab,node_agent_mmd_tool_layer_toollayer_metrics_tracker_m_4c9237d8,node_agent_mmd_memory_vector_layer_memorylayer_metric_12562178,types_19_eb4ad5f0,validator_5_b19ac2be,node_agent_mmd_orchestration_layer_orchestration_clas_899b821a,node_agent_mmd_memory_vector_layer_memorylayer_classi_1ebbf5ff,node_agent_mmd_orchestration_layer_orchestration_tool_cc43149f,node_agent_mmd_tool_layer_toollayer_tooling_baseline__61e66e9f,node_agent_mmd_memory_vector_layer_memorylayer_toolin_14f86b00,claim_helpers_20dc8387,types_24_c63dc1a7,local_memory_smoke_1175abfc,local_memory_0db17ecc,performance_overload_c685bfcf,node_agent_mmd_orchestration_layer_orchestration_sugg_85c5ebe3,node_agent_mmd_memory_vector_layer_memorylayer_sugges_267f408d,node_agent_mmd_orchestration_layer_orchestration_prom_d17b4de2,node_agent_mmd_llm_model_layer_llmlayer_prompt_contex_81f9066a,node_agent_mmd_tool_layer_toollayer_prompt_context_dr_a2772f2b,node_agent_mmd_memory_vector_layer_memorylayer_prompt_ae34fc43,node_agent_mmd_orchestration_layer_orchestration_prom_77088997,node_agent_mmd_llm_model_layer_llmlayer_prompt_contex_e5066b88,node_agent_mmd_tool_layer_toollayer_prompt_context_dr_bd82da46,node_agent_mmd_memory_vector_layer_memorylayer_prompt_efd77624,node_agent_mmd_llm_model_layer_llmlayer_prompt_contex_6426acc2,node_agent_mmd_memory_vector_layer_memorylayer_prompt_55c0d605,types_31_eb363e20,policy_1_fc4198db,node_agent_mmd_tool_layer_toollayer_runtime_card_code_3636ceac,node_agent_mmd_memory_vector_layer_memorylayer_runtim_a5d23e7f,cli_11_338a8415,collector_0736fd5b,types_34_85e6a0bb,overload_guard_2748c559 memNode
+   class node_agent_mmd_orchestration_layer_orchestration_chec_7fd47f5c,node_agent_mmd_llm_model_layer_llmlayer_check_steerin_0e1bf90d,node_agent_mmd_tool_layer_toollayer_check_steering_fe_eafecf3a,node_agent_mmd_memory_vector_layer_memorylayer_check__64c86928,normalize_workflow_contracts_8701f1c8,sync_codex_preflight_7e7a8dc2,test_harness_upgrade_matrix_84113c4e,node_agent_mmd_llm_model_layer_llmlayer_validate_prom_9880f764,node_agent_mmd_memory_vector_layer_memorylayer_valida_c52c4db8,validate_runtime_packet_schemas_bc3ba8ec,node_agent_mmd_llm_model_layer_llmlayer_validate_syst_5636156e,node_agent_mmd_memory_vector_layer_memorylayer_valida_db599a97,validate_workflow_contracts_33dc063c,branch_protect_core_a8feb0fd,node_agent_mmd_tool_layer_toollayer_ci_migrate_core_c_049f8460,node_agent_mmd_memory_vector_layer_memorylayer_ci_mig_0cd5b1a4,context_health_80bb7da9,node_agent_mmd_llm_model_layer_llmlayer_context_conte_ad2dfbd9,node_agent_mmd_memory_vector_layer_memorylayer_contex_78ceaaa9,docs_gate_core_eb9b6c18,node_agent_mmd_llm_model_layer_llmlayer_index_context_1041bd11,node_agent_mmd_memory_vector_layer_memorylayer_index__6f3402d0,local_memory_preflight_dcc36c42,memory_gate_a577a506,pattern_scope_siblings_43abe000,review_context_ca6cf81d,node_agent_mmd_tool_layer_toollayer_review_gate_core__7704598b,node_agent_mmd_memory_vector_layer_memorylayer_review_5bee9816,node_agent_mmd_llm_model_layer_llmlayer_search_search_66b9a911,node_agent_mmd_memory_vector_layer_memorylayer_search_ac35cb7e,session_context_e5ec72c0,node_agent_mmd_orchestration_layer_orchestration_tool_acfe0c01,node_agent_mmd_memory_vector_layer_memorylayer_toolin_a1185b8f,run_local_memory_preflight_36e92808,node_agent_mmd_orchestration_layer_orchestration_chec_0550c395,node_agent_mmd_tool_layer_toollayer_checker_checker_2_453d593b,node_agent_mmd_memory_vector_layer_memorylayer_checke_a583eb4f,node_agent_mmd_orchestration_layer_orchestration_cont_61b3b9c9,node_agent_mmd_llm_model_layer_llmlayer_context_healt_cfc0bfa8,node_agent_mmd_memory_vector_layer_memorylayer_contex_3204aa0e,node_agent_mmd_orchestration_layer_orchestration_type_4f906dcc,node_agent_mmd_memory_vector_layer_memorylayer_types__9ad640a0,branch_protect_sync_570adb18,node_agent_mmd_tool_layer_toollayer_command_capabilit_e97a4615,node_agent_mmd_memory_vector_layer_memorylayer_comman_c72a5d05,node_agent_mmd_orchestration_layer_orchestration_comm_1f8cc24c,node_agent_mmd_llm_model_layer_llmlayer_command_specs_782af9fa,node_agent_mmd_memory_vector_layer_memorylayer_comman_111eb454,local_memory_preflight_command_spec_9e23f3ce,memory_gate_command_spec_dc9001a9,review_gate_command_spec_3187376a,session_context_command_spec_973afbb1,node_agent_mmd_llm_model_layer_llmlayer_constants_con_c9bd3f6c,node_agent_mmd_memory_vector_layer_memorylayer_consta_702d3f46,context_compact_policy_3dcaf95d,node_agent_mmd_llm_model_layer_llmlayer_index_index_1_02e160ff,node_agent_mmd_memory_vector_layer_memorylayer_index__752bc61e,node_agent_mmd_llm_model_layer_llmlayer_indexer_index_4f4deef5,node_agent_mmd_memory_vector_layer_memorylayer_indexe_93e6d86f,init_error_5c7dd49f,lexical_fallback_723e2b3e,node_agent_mmd_llm_model_layer_llmlayer_ollama_ollama_968b23fa,node_agent_mmd_memory_vector_layer_memorylayer_ollama_6d51be16,rollout_a4fa034c,sources_878a52fc,store_824d80d7,node_agent_mmd_llm_model_layer_llmlayer_sync_contract_9f3cc8c1,node_agent_mmd_memory_vector_layer_memorylayer_sync_c_e43418bc,types_8_f6283648,harness_run_context_ac7c77a9,index_4_013aa0e3,json_schema_core_96d7e328,node_agent_mmd_orchestration_layer_orchestration_poli_3270b55d,node_agent_mmd_tool_layer_toollayer_policy_validators_af136abf,node_agent_mmd_memory_vector_layer_memorylayer_policy_1944de42,node_agent_mmd_orchestration_layer_orchestration_type_7cf81261,node_agent_mmd_tool_layer_toollayer_types_core_types__6c8319b6,node_agent_mmd_memory_vector_layer_memorylayer_types__83f369fa,node_agent_mmd_orchestration_layer_orchestration_vali_d9fe99e6,node_agent_mmd_tool_layer_toollayer_validator_core_va_6ef6131f,node_agent_mmd_memory_vector_layer_memorylayer_valida_41034356,archive_candidates_scanner_d0931789,archive_candidates_dc0e40e1,docs_task_eval_contract_79347457,docs_task_eval_fixtures_44902755,node_agent_mmd_orchestration_layer_orchestration_init_2a9c3ecb,node_agent_mmd_memory_vector_layer_memorylayer_init_m_333d02c5,node_agent_mmd_orchestration_layer_orchestration_proj_6ab6f60f,node_agent_mmd_memory_vector_layer_memorylayer_projec_3ae304d9,scaffold_diagram_templates_dd88e83c,node_agent_mmd_orchestration_layer_orchestration_scaf_12cc07db,node_agent_mmd_memory_vector_layer_memorylayer_scaffo_5fd73b94,node_agent_mmd_orchestration_layer_orchestration_scaf_c9a90c2f,node_agent_mmd_tool_layer_toollayer_scaffold_environm_c1afc013,node_agent_mmd_memory_vector_layer_memorylayer_scaffo_12b42341,scaffold_root_command_templates_404fed7f,scaffold_script_template_registry_69312d4e,scaffold_shell_templates_0ad0f915,scaffold_surfaces_12d6494e,node_agent_mmd_orchestration_layer_orchestration_scaf_ff8f92f6,node_agent_mmd_memory_vector_layer_memorylayer_scaffo_a86eece1,scaffold_workflow_template_92310587,eval_seed_5699fd3e,index_10_f6785a46,review_context_1_e3afed15,memory_gate_1_265164ac,branch_enforcer_acb749cd,cli_args_5_09ea29f0,node_agent_mmd_tool_layer_toollayer_cli_cli_2_1_32d9eeaf,node_agent_mmd_memory_vector_layer_memorylayer_cli_cl_1f1f89ab,node_agent_mmd_tool_layer_toollayer_metrics_tracker_m_4c9237d8,node_agent_mmd_memory_vector_layer_memorylayer_metric_12562178,types_19_eb4ad5f0,validator_5_b19ac2be,node_agent_mmd_orchestration_layer_orchestration_clas_899b821a,node_agent_mmd_memory_vector_layer_memorylayer_classi_1ebbf5ff,node_agent_mmd_orchestration_layer_orchestration_tool_cc43149f,node_agent_mmd_tool_layer_toollayer_tooling_baseline__61e66e9f,node_agent_mmd_memory_vector_layer_memorylayer_toolin_14f86b00,claim_helpers_20dc8387,types_24_c63dc1a7,local_memory_smoke_1175abfc,local_memory_0db17ecc,performance_overload_c685bfcf,node_agent_mmd_orchestration_layer_orchestration_sugg_85c5ebe3,node_agent_mmd_memory_vector_layer_memorylayer_sugges_267f408d,node_agent_mmd_orchestration_layer_orchestration_prom_d17b4de2,node_agent_mmd_llm_model_layer_llmlayer_prompt_contex_81f9066a,node_agent_mmd_tool_layer_toollayer_prompt_context_dr_a2772f2b,node_agent_mmd_memory_vector_layer_memorylayer_prompt_ae34fc43,node_agent_mmd_orchestration_layer_orchestration_prom_77088997,node_agent_mmd_llm_model_layer_llmlayer_prompt_contex_e5066b88,node_agent_mmd_tool_layer_toollayer_prompt_context_dr_bd82da46,node_agent_mmd_memory_vector_layer_memorylayer_prompt_efd77624,node_agent_mmd_llm_model_layer_llmlayer_prompt_contex_6426acc2,node_agent_mmd_memory_vector_layer_memorylayer_prompt_55c0d605,types_31_eb363e20,policy_1_fc4198db,node_agent_mmd_tool_layer_toollayer_runtime_card_code_3636ceac,node_agent_mmd_memory_vector_layer_memorylayer_runtim_a5d23e7f,cli_11_338a8415,collector_0736fd5b,types_34_85e6a0bb,overload_guard_2748c559 memNode
